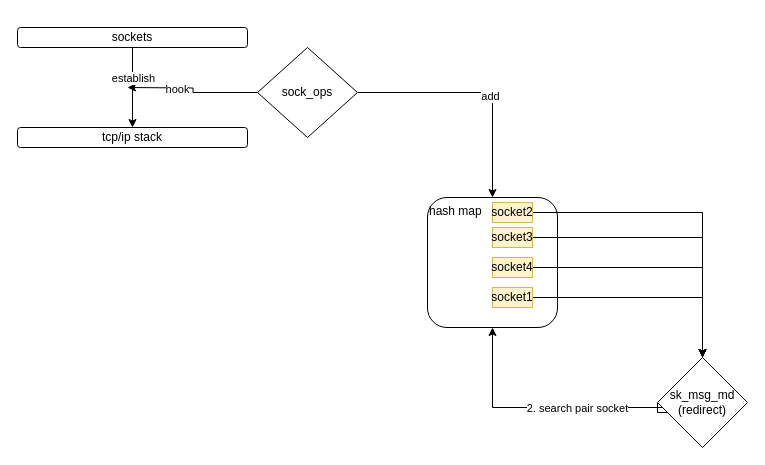
The draw.io diagram flow_of_ebpf_docker_demo.drawio in xu1zhou/Documents, before the edit. Source tidied: cells renumbered, new cells numbered last; positions are measured from the earlier drawing's top-left corner, leaving out a move shared by most shapes. Both pictures are drawn from the tidied source at 100%, with x=0, y=0 at pixel (17, 27).
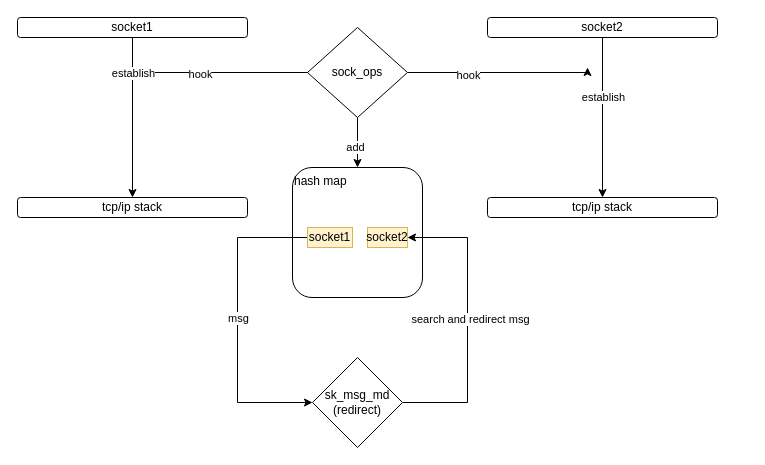
Above is the later version.

The change refers to these unchanged cells:
```xml
<mxCell id="11" style="edgeStyle=orthogonalEdgeStyle;rounded=0;jettySize=auto;html=1;" parent="1" edge="1" source="13" target="14">
  <mxGeometry relative="1" as="geometry" />
</mxCell>
```

Change to the diagram source:
```diff
@@
     <mxCell id="2" value="hash map" style="rounded=1;whiteSpace=wrap;html=1;align=left;verticalAlign=top;" parent="1" vertex="1">
-      <mxGeometry x="410" y="170" width="130" height="130" as="geometry" />
+      <mxGeometry x="275" y="140" width="130" height="130" as="geometry" />
     </mxCell>
     <mxCell id="3" style="edgeStyle=orthogonalEdgeStyle;rounded=0;jettySize=auto;html=1;" parent="1" edge="1" source="7">
       <mxGeometry relative="1" as="geometry">
-        <mxPoint x="110" y="60" as="targetPoint" />
+        <mxPoint x="120" y="45" as="targetPoint" />
       </mxGeometry>
     </mxCell>
@@
+    <mxCell id="23" style="edgeStyle=orthogonalEdgeStyle;rounded=0;jettySize=auto;html=1;" parent="1" edge="1" source="7">
+      <mxGeometry relative="1" as="geometry">
+        <mxPoint x="570" y="40" as="targetPoint" />
+        <Array as="points">
+          <mxPoint x="570" y="45" />
+        </Array>
+      </mxGeometry>
+    </mxCell>
+    <mxCell id="24" value="hook" style="edgeLabel;html=1;align=center;verticalAlign=middle;" parent="23" vertex="1">
+      <mxGeometry x="-0.35" y="-2" relative="1" as="geometry" />
+    </mxCell>
     <mxCell id="7" value="sock_ops" style="rhombus;whiteSpace=wrap;html=1;" parent="1" vertex="1">
-      <mxGeometry x="240" y="20" width="100" height="90" as="geometry" />
+      <mxGeometry x="290" width="100" height="90" as="geometry" />
     </mxCell>
-    <mxCell id="8" style="edgeStyle=orthogonalEdgeStyle;rounded=0;jettySize=auto;html=1;entryX=0.5;entryY=1;entryDx=0;entryDy=0;exitX=0;exitY=0.5;exitDx=0;exitDy=0;" parent="1" edge="1" source="10" target="2">
-      <mxGeometry relative="1" as="geometry">
-        <Array as="points">
-          <mxPoint x="695" y="385" />
-          <mxPoint x="695" y="380" />
-          <mxPoint x="475" y="380" />
-        </Array>
-      </mxGeometry>
-    </mxCell>
-    <mxCell id="9" value="2. search pair socket" style="edgeLabel;html=1;align=center;verticalAlign=middle;" parent="8" vertex="1">
-      <mxGeometry x="-0.37" y="2" relative="1" as="geometry">
-        <mxPoint x="-89" y="-2" as="offset" />
-      </mxGeometry>
-    </mxCell>
+    <mxCell id="25" style="edgeStyle=orthogonalEdgeStyle;rounded=0;jettySize=auto;html=1;entryX=1;entryY=0.5;entryDx=0;entryDy=0;" parent="1" edge="1" source="10" target="18">
+      <mxGeometry relative="1" as="geometry">
+        <Array as="points">
+          <mxPoint x="450" y="375" />
+          <mxPoint x="450" y="210" />
+        </Array>
+      </mxGeometry>
+    </mxCell>
+    <mxCell id="26" value="search and redirect msg" style="edgeLabel;html=1;align=center;verticalAlign=middle;" parent="25" vertex="1">
+      <mxGeometry x="-0.13" y="-2" relative="1" as="geometry">
+        <mxPoint y="-23" as="offset" />
+      </mxGeometry>
+    </mxCell>
     <mxCell id="10" value="sk_msg_md&lt;br&gt;(redirect)" style="rhombus;whiteSpace=wrap;html=1;" parent="1" vertex="1">
-      <mxGeometry x="640" y="330" width="90" height="90" as="geometry" />
+      <mxGeometry x="295" y="330" width="90" height="90" as="geometry" />
     </mxCell>
@@
     <mxCell id="12" value="establish" style="edgeLabel;html=1;align=center;verticalAlign=middle;" parent="11" vertex="1">
-      <mxGeometry x="-0.26" relative="1" as="geometry" />
+      <mxGeometry x="-0.26" relative="1" as="geometry">
+        <mxPoint y="-24" as="offset" />
+      </mxGeometry>
     </mxCell>
-    <mxCell id="13" value="sockets" style="rounded=1;whiteSpace=wrap;html=1;" parent="1" vertex="1">
-      <mxGeometry width="230" height="20" as="geometry" />
+    <mxCell id="13" value="socket1" style="rounded=1;whiteSpace=wrap;html=1;" parent="1" vertex="1">
+      <mxGeometry y="-10" width="230" height="20" as="geometry" />
     </mxCell>
     <mxCell id="14" value="tcp/ip stack" style="rounded=1;whiteSpace=wrap;html=1;" parent="1" vertex="1">
-      <mxGeometry y="100" width="230" height="20" as="geometry" />
+      <mxGeometry y="170" width="230" height="20" as="geometry" />
     </mxCell>
-    <mxCell id="15" style="edgeStyle=orthogonalEdgeStyle;rounded=0;jettySize=auto;html=1;entryX=0.5;entryY=0;entryDx=0;entryDy=0;" parent="1" edge="1" source="16" target="10">
-      <mxGeometry relative="1" as="geometry" />
+    <mxCell id="15" style="edgeStyle=orthogonalEdgeStyle;rounded=0;jettySize=auto;html=1;entryX=0;entryY=0.5;entryDx=0;entryDy=0;" parent="1" edge="1" source="16" target="10">
+      <mxGeometry relative="1" as="geometry">
+        <Array as="points">
+          <mxPoint x="220" y="210" />
+          <mxPoint x="220" y="375" />
+        </Array>
+      </mxGeometry>
     </mxCell>
+    <mxCell id="27" value="msg" style="edgeLabel;html=1;align=center;verticalAlign=middle;" parent="15" vertex="1">
+      <mxGeometry x="0.18" relative="1" as="geometry">
+        <mxPoint y="-33" as="offset" />
+      </mxGeometry>
+    </mxCell>
     <mxCell id="16" value="socket1" style="text;html=1;strokeColor=#d6b656;fillColor=#fff2cc;align=center;verticalAlign=middle;whiteSpace=wrap;rounded=0;" parent="1" vertex="1">
-      <mxGeometry x="475" y="260" width="40" height="20" as="geometry" />
+      <mxGeometry x="290" y="200" width="45" height="20" as="geometry" />
     </mxCell>
-    <mxCell id="17" style="edgeStyle=orthogonalEdgeStyle;rounded=0;jettySize=auto;html=1;entryX=0.5;entryY=0;entryDx=0;entryDy=0;" parent="1" edge="1" source="18" target="10">
-      <mxGeometry relative="1" as="geometry" />
-    </mxCell>
     <mxCell id="18" value="socket2" style="text;html=1;strokeColor=#d6b656;fillColor=#fff2cc;align=center;verticalAlign=middle;whiteSpace=wrap;rounded=0;" parent="1" vertex="1">
-      <mxGeometry x="475" y="175" width="40" height="20" as="geometry" />
+      <mxGeometry x="350" y="200" width="40" height="20" as="geometry" />
     </mxCell>
-    <mxCell id="19" style="edgeStyle=orthogonalEdgeStyle;rounded=0;jettySize=auto;html=1;entryX=0.5;entryY=0;entryDx=0;entryDy=0;" parent="1" edge="1" source="20" target="10">
-      <mxGeometry relative="1" as="geometry" />
-    </mxCell>
-    <mxCell id="20" value="socket3" style="text;html=1;strokeColor=#d6b656;fillColor=#fff2cc;align=center;verticalAlign=middle;whiteSpace=wrap;rounded=0;" parent="1" vertex="1">
-      <mxGeometry x="475" y="200" width="40" height="20" as="geometry" />
-    </mxCell>
-    <mxCell id="21" style="edgeStyle=orthogonalEdgeStyle;rounded=0;jettySize=auto;html=1;entryX=0.5;entryY=0;entryDx=0;entryDy=0;" parent="1" edge="1" source="22" target="10">
-      <mxGeometry relative="1" as="geometry" />
-    </mxCell>
-    <mxCell id="22" value="socket4" style="text;html=1;strokeColor=#d6b656;fillColor=#fff2cc;align=center;verticalAlign=middle;whiteSpace=wrap;rounded=0;" parent="1" vertex="1">
-      <mxGeometry x="475" y="230" width="40" height="20" as="geometry" />
-    </mxCell>
+    <mxCell id="28" style="edgeStyle=orthogonalEdgeStyle;rounded=0;jettySize=auto;html=1;" parent="1" edge="1" source="30" target="31">
+      <mxGeometry relative="1" as="geometry" />
+    </mxCell>
+    <mxCell id="29" value="establish" style="edgeLabel;html=1;align=center;verticalAlign=middle;" parent="28" vertex="1">
+      <mxGeometry x="-0.26" relative="1" as="geometry" />
+    </mxCell>
+    <mxCell id="30" value="socket2" style="rounded=1;whiteSpace=wrap;html=1;" parent="1" vertex="1">
+      <mxGeometry x="470" y="-10" width="230" height="20" as="geometry" />
+    </mxCell>
+    <mxCell id="31" value="tcp/ip stack" style="rounded=1;whiteSpace=wrap;html=1;" parent="1" vertex="1">
+      <mxGeometry x="470" y="170" width="230" height="20" as="geometry" />
+    </mxCell>
```
